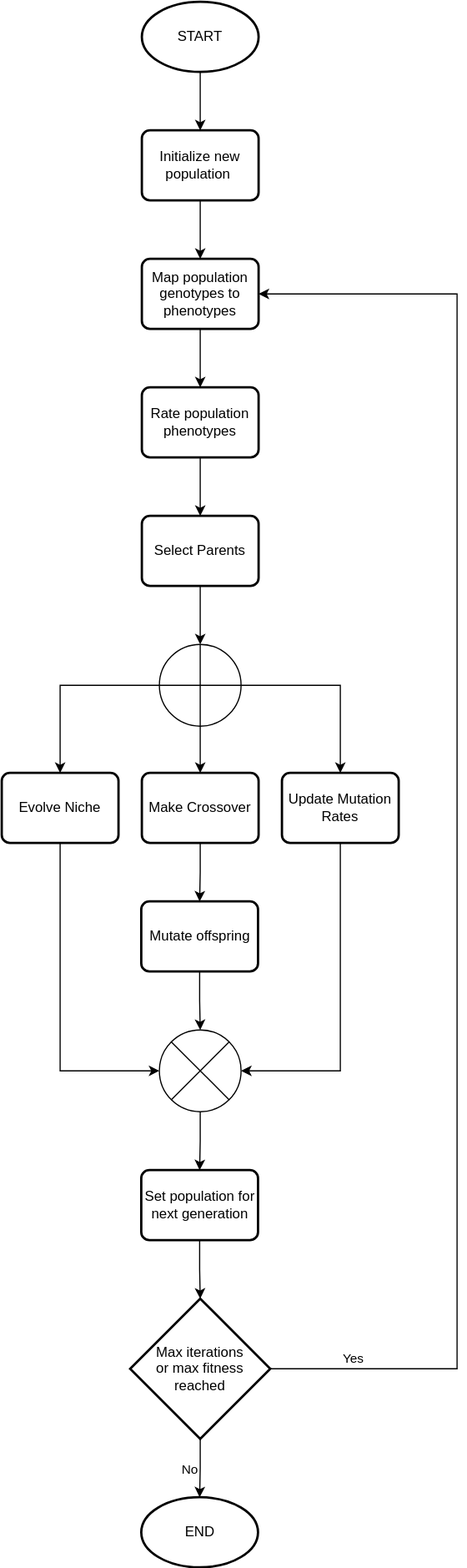
The draw.io diagram docs/source/_static/images/GenFeatS-BS-main-flow.drawio.svg in victor-cali/GenFeatS-BS-Study, before a commit. Source tidied: cells renumbered, new cells last; positions are measured from the earlier drawing's top-left corner, leaving out a move shared by most shapes. The source it was exported from:
```xml
<mxGraphModel>
  <root>
    <mxCell id="0" />
    <mxCell id="1" parent="0" />
    <mxCell id="2" style="group;" parent="1" vertex="1">
      <mxGeometry width="390" height="1340" as="geometry" />
    </mxCell>
    <mxCell id="3" value="START" style="strokeWidth=2;html=1;shape=mxgraph.flowchart.start_1;whiteSpace=wrap;" parent="2" vertex="1">
      <mxGeometry x="120" width="100" height="60" as="geometry" />
    </mxCell>
    <mxCell id="4" value="Initialize new population&amp;nbsp;" style="rounded=1;whiteSpace=wrap;html=1;absoluteArcSize=1;arcSize=14;strokeWidth=2;" parent="2" vertex="1">
      <mxGeometry x="120" y="110" width="100" height="60" as="geometry" />
    </mxCell>
    <mxCell id="5" style="edgeStyle=orthogonalEdgeStyle;rounded=0;jettySize=auto;html=1;exitX=0.5;exitY=1;exitDx=0;exitDy=0;exitPerimeter=0;entryX=0.5;entryY=0;entryDx=0;entryDy=0;" parent="2" edge="1" source="3" target="4">
      <mxGeometry relative="1" as="geometry" />
    </mxCell>
    <mxCell id="6" value="Map population genotypes to phenotypes" style="rounded=1;whiteSpace=wrap;html=1;absoluteArcSize=1;arcSize=14;strokeWidth=2;" parent="2" vertex="1">
      <mxGeometry x="120" y="220" width="100" height="60" as="geometry" />
    </mxCell>
    <mxCell id="7" style="edgeStyle=orthogonalEdgeStyle;rounded=0;jettySize=auto;html=1;entryX=0.5;entryY=0;entryDx=0;entryDy=0;" parent="2" edge="1" source="4" target="6">
      <mxGeometry relative="1" as="geometry" />
    </mxCell>
    <mxCell id="8" value="Rate population phenotypes" style="rounded=1;whiteSpace=wrap;html=1;absoluteArcSize=1;arcSize=14;strokeWidth=2;" parent="2" vertex="1">
      <mxGeometry x="120" y="330" width="100" height="60" as="geometry" />
    </mxCell>
    <mxCell id="9" style="edgeStyle=orthogonalEdgeStyle;rounded=0;jettySize=auto;html=1;entryX=0.5;entryY=0;entryDx=0;entryDy=0;" parent="2" edge="1" source="6" target="8">
      <mxGeometry relative="1" as="geometry" />
    </mxCell>
    <mxCell id="10" value="Select Parents" style="rounded=1;whiteSpace=wrap;html=1;absoluteArcSize=1;arcSize=14;strokeWidth=2;" parent="2" vertex="1">
      <mxGeometry x="120" y="440" width="100" height="60" as="geometry" />
    </mxCell>
    <mxCell id="11" style="edgeStyle=orthogonalEdgeStyle;rounded=0;jettySize=auto;html=1;entryX=0.5;entryY=0;entryDx=0;entryDy=0;" parent="2" edge="1" source="8" target="10">
      <mxGeometry relative="1" as="geometry" />
    </mxCell>
    <mxCell id="12" value="Evolve Niche" style="rounded=1;whiteSpace=wrap;html=1;absoluteArcSize=1;arcSize=14;strokeWidth=2;" parent="2" vertex="1">
      <mxGeometry y="660" width="100" height="60" as="geometry" />
    </mxCell>
    <mxCell id="13" value="Make Crossover" style="rounded=1;whiteSpace=wrap;html=1;absoluteArcSize=1;arcSize=14;strokeWidth=2;" parent="2" vertex="1">
      <mxGeometry x="120" y="660" width="100" height="60" as="geometry" />
    </mxCell>
    <mxCell id="14" style="edgeStyle=orthogonalEdgeStyle;rounded=0;jettySize=auto;html=1;exitX=0;exitY=0.5;exitDx=0;exitDy=0;exitPerimeter=0;entryX=0.5;entryY=0;entryDx=0;entryDy=0;" parent="2" edge="1" source="29" target="12">
      <mxGeometry relative="1" as="geometry">
        <Array as="points">
          <mxPoint x="50" y="585" />
        </Array>
      </mxGeometry>
    </mxCell>
    <mxCell id="15" value="Update Mutation Rates" style="rounded=1;whiteSpace=wrap;html=1;absoluteArcSize=1;arcSize=14;strokeWidth=2;" parent="2" vertex="1">
      <mxGeometry x="240" y="660" width="100" height="60" as="geometry" />
    </mxCell>
    <mxCell id="16" value="Mutate offspring" style="rounded=1;whiteSpace=wrap;html=1;absoluteArcSize=1;arcSize=14;strokeWidth=2;" parent="2" vertex="1">
      <mxGeometry x="119.5" y="770" width="100" height="60" as="geometry" />
    </mxCell>
    <mxCell id="17" style="edgeStyle=orthogonalEdgeStyle;rounded=0;jettySize=auto;html=1;entryX=0.5;entryY=0;entryDx=0;entryDy=0;" parent="2" edge="1" source="13" target="16">
      <mxGeometry relative="1" as="geometry" />
    </mxCell>
    <mxCell id="18" value="Set population for next generation" style="rounded=1;whiteSpace=wrap;html=1;absoluteArcSize=1;arcSize=14;strokeWidth=2;" parent="2" vertex="1">
      <mxGeometry x="119.5" y="1000" width="100" height="60" as="geometry" />
    </mxCell>
    <mxCell id="19" style="edgeStyle=orthogonalEdgeStyle;rounded=0;jettySize=auto;html=1;entryX=0.5;entryY=0;entryDx=0;entryDy=0;" parent="2" edge="1" source="20" target="18">
      <mxGeometry relative="1" as="geometry" />
    </mxCell>
    <mxCell id="20" style="verticalLabelPosition=bottom;verticalAlign=top;html=1;shape=mxgraph.flowchart.or;" parent="2" vertex="1">
      <mxGeometry x="135" y="880" width="70" height="70" as="geometry" />
    </mxCell>
    <mxCell id="21" style="edgeStyle=orthogonalEdgeStyle;rounded=0;jettySize=auto;html=1;entryX=0;entryY=0.5;entryDx=0;entryDy=0;entryPerimeter=0;" parent="2" edge="1" source="12" target="20">
      <mxGeometry relative="1" as="geometry">
        <Array as="points">
          <mxPoint x="50" y="915" />
        </Array>
      </mxGeometry>
    </mxCell>
    <mxCell id="22" style="edgeStyle=orthogonalEdgeStyle;rounded=0;jettySize=auto;html=1;entryX=1;entryY=0.5;entryDx=0;entryDy=0;entryPerimeter=0;" parent="2" edge="1" source="15" target="20">
      <mxGeometry relative="1" as="geometry">
        <Array as="points">
          <mxPoint x="290" y="915" />
        </Array>
      </mxGeometry>
    </mxCell>
    <mxCell id="23" style="edgeStyle=orthogonalEdgeStyle;rounded=0;jettySize=auto;html=1;entryX=0.5;entryY=0;entryDx=0;entryDy=0;entryPerimeter=0;" parent="2" edge="1" source="16" target="20">
      <mxGeometry relative="1" as="geometry" />
    </mxCell>
    <mxCell id="24" style="edgeStyle=orthogonalEdgeStyle;rounded=0;jettySize=auto;html=1;entryX=1;entryY=0.5;entryDx=0;entryDy=0;" parent="2" edge="1" source="26" target="6">
      <mxGeometry relative="1" as="geometry">
        <Array as="points">
          <mxPoint x="390" y="1170" />
          <mxPoint x="390" y="250" />
        </Array>
      </mxGeometry>
    </mxCell>
    <mxCell id="25" value="Yes" style="edgeLabel;html=1;align=center;verticalAlign=middle;" parent="24" vertex="1">
      <mxGeometry x="-0.92" y="2" relative="1" as="geometry">
        <mxPoint x="17" y="-8" as="offset" />
      </mxGeometry>
    </mxCell>
    <mxCell id="26" value="Max iterations &lt;br&gt;or max fitness &lt;br&gt;reached" style="strokeWidth=2;html=1;shape=mxgraph.flowchart.decision;whiteSpace=wrap;" parent="2" vertex="1">
      <mxGeometry x="110" y="1110" width="120" height="120" as="geometry" />
    </mxCell>
    <mxCell id="27" style="edgeStyle=orthogonalEdgeStyle;rounded=0;jettySize=auto;html=1;entryX=0.5;entryY=0;entryDx=0;entryDy=0;entryPerimeter=0;" parent="2" edge="1" source="18" target="26">
      <mxGeometry relative="1" as="geometry" />
    </mxCell>
    <mxCell id="28" style="edgeStyle=orthogonalEdgeStyle;rounded=0;jettySize=auto;html=1;entryX=0.5;entryY=0;entryDx=0;entryDy=0;" parent="2" edge="1" source="29" target="13">
      <mxGeometry relative="1" as="geometry" />
    </mxCell>
    <mxCell id="29" style="verticalLabelPosition=bottom;verticalAlign=top;html=1;shape=mxgraph.flowchart.summing_function;" parent="2" vertex="1">
      <mxGeometry x="135" y="550" width="70" height="70" as="geometry" />
    </mxCell>
    <mxCell id="30" style="edgeStyle=orthogonalEdgeStyle;rounded=0;jettySize=auto;html=1;entryX=0.5;entryY=0;entryDx=0;entryDy=0;entryPerimeter=0;" parent="2" edge="1" source="10" target="29">
      <mxGeometry relative="1" as="geometry" />
    </mxCell>
    <mxCell id="31" style="edgeStyle=orthogonalEdgeStyle;rounded=0;jettySize=auto;html=1;exitX=1;exitY=0.5;exitDx=0;exitDy=0;exitPerimeter=0;entryX=0.5;entryY=0;entryDx=0;entryDy=0;" parent="2" edge="1" source="29" target="15">
      <mxGeometry relative="1" as="geometry">
        <Array as="points">
          <mxPoint x="290" y="585" />
        </Array>
      </mxGeometry>
    </mxCell>
    <mxCell id="32" value="END" style="strokeWidth=2;html=1;shape=mxgraph.flowchart.start_1;whiteSpace=wrap;" parent="2" vertex="1">
      <mxGeometry x="119.5" y="1280" width="100" height="60" as="geometry" />
    </mxCell>
    <mxCell id="33" value="No" style="edgeStyle=orthogonalEdgeStyle;rounded=0;jettySize=auto;html=1;entryX=0.5;entryY=0;entryDx=0;entryDy=0;entryPerimeter=0;" parent="2" edge="1" source="26" target="32">
      <mxGeometry x="0.01" y="-9" relative="1" as="geometry" />
    </mxCell>
  </root>
</mxGraphModel>
```
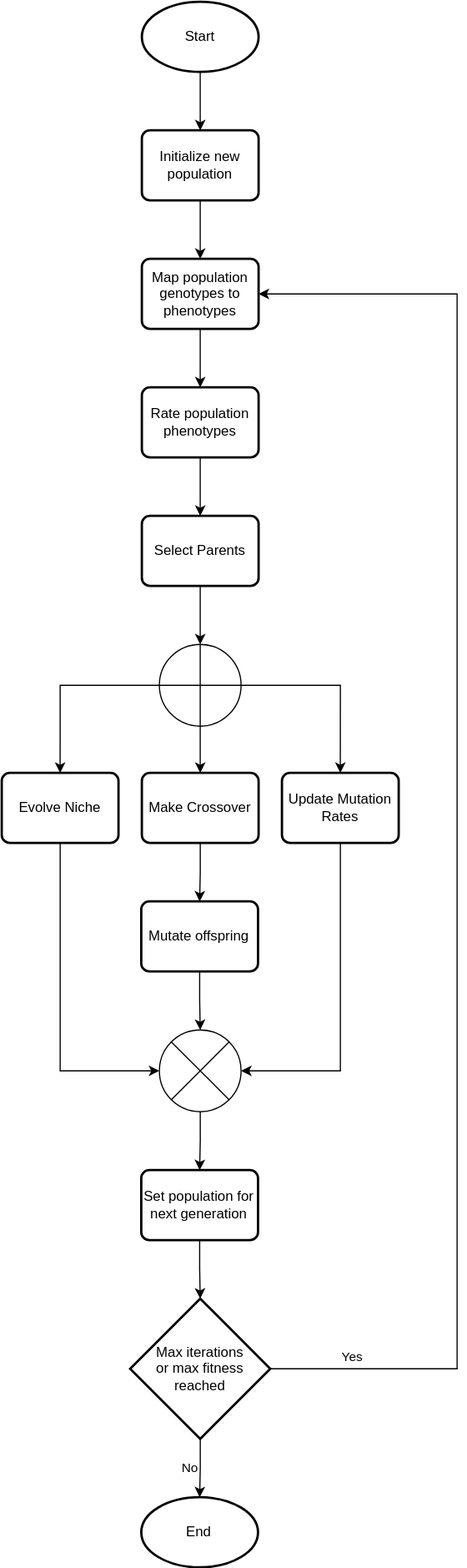
Above is the later version.

Commit message:
Edited start and end

Change to the diagram source:
```diff
@@ -5,7 +5,7 @@
     <mxCell id="2" style="group;" parent="1" vertex="1">
       <mxGeometry width="390" height="1340" as="geometry" />
     </mxCell>
-    <mxCell id="3" value="START" style="strokeWidth=2;html=1;shape=mxgraph.flowchart.start_1;whiteSpace=wrap;" parent="2" vertex="1">
+    <mxCell id="3" value="Start" style="strokeWidth=2;html=1;shape=mxgraph.flowchart.start_1;whiteSpace=wrap;" parent="2" vertex="1">
       <mxGeometry x="120" width="100" height="60" as="geometry" />
     </mxCell>
     <mxCell id="4" value="Initialize new population&amp;nbsp;" style="rounded=1;whiteSpace=wrap;html=1;absoluteArcSize=1;arcSize=14;strokeWidth=2;" parent="2" vertex="1">
@@ -115,7 +115,7 @@
         </Array>
       </mxGeometry>
     </mxCell>
-    <mxCell id="32" value="END" style="strokeWidth=2;html=1;shape=mxgraph.flowchart.start_1;whiteSpace=wrap;" parent="2" vertex="1">
+    <mxCell id="32" value="End" style="strokeWidth=2;html=1;shape=mxgraph.flowchart.start_1;whiteSpace=wrap;" parent="2" vertex="1">
       <mxGeometry x="119.5" y="1280" width="100" height="60" as="geometry" />
     </mxCell>
     <mxCell id="33" value="No" style="edgeStyle=orthogonalEdgeStyle;rounded=0;jettySize=auto;html=1;entryX=0.5;entryY=0;entryDx=0;entryDy=0;entryPerimeter=0;" parent="2" edge="1" source="26" target="32">
```
